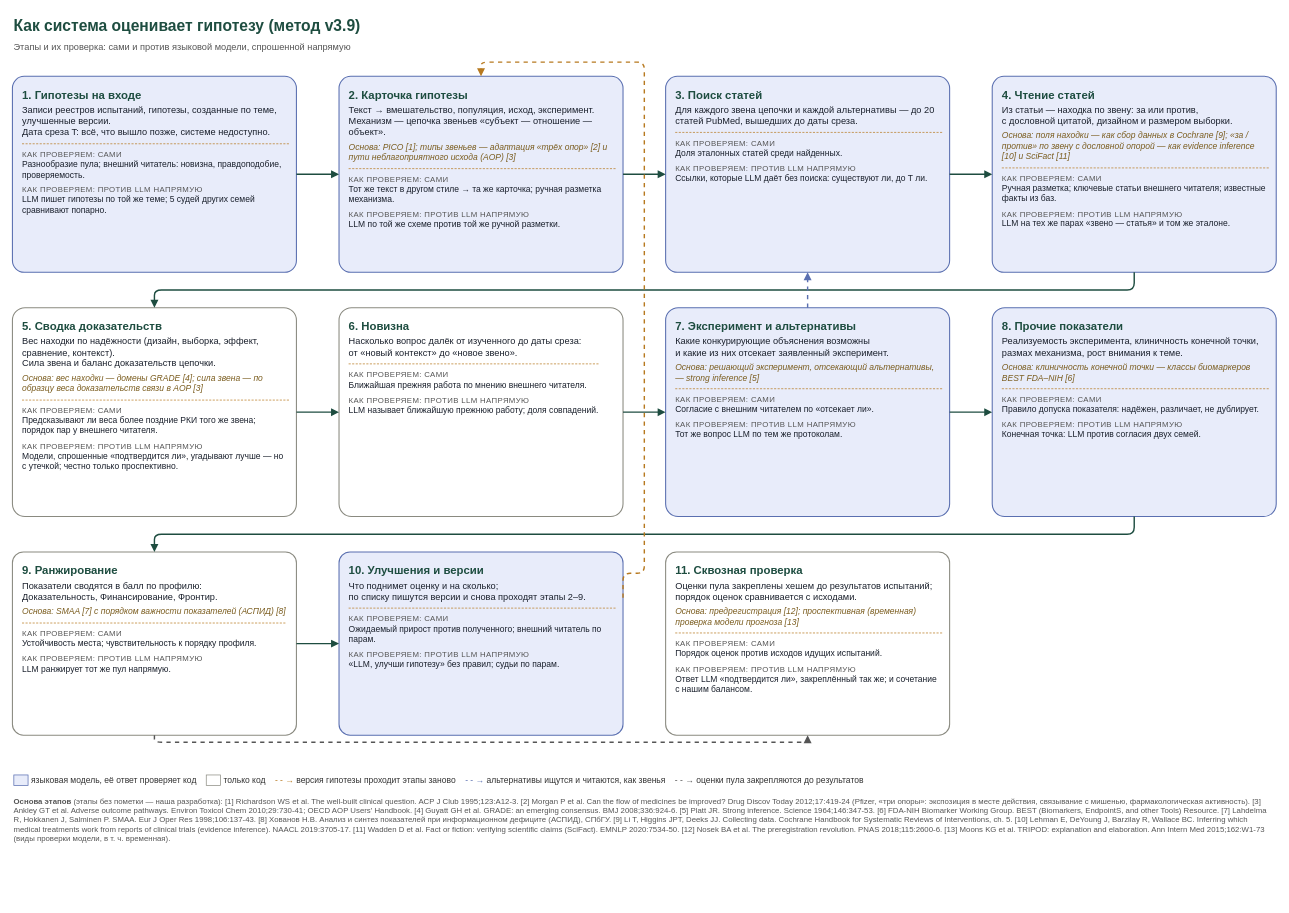
Earlier version of the draw.io diagram docs/system/flow_check.drawio (danrd/hyp-arena). Source tidied: cells renumbered, new cells numbered last; positions are measured from the earlier drawing's top-left corner, leaving out a move shared by most shapes. Both pictures are drawn from the tidied source at 71%, with x=0, y=0 at pixel (12, 12).
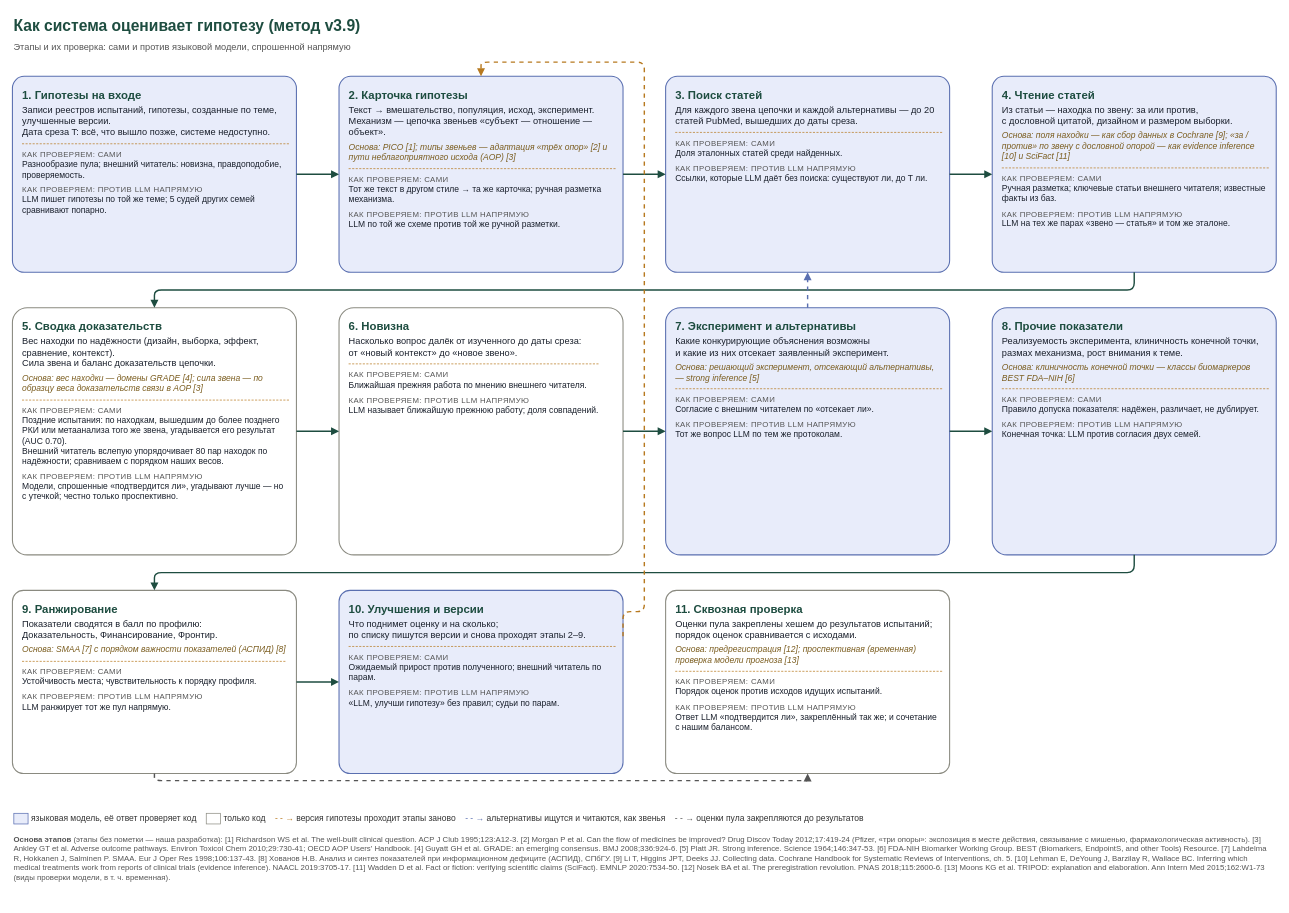
Above is the later version.

Unchanged cells that the change refers to:
```xml
<mxCell id="4" value="&lt;div style='font-size:16px;color:#1E4D40'&gt;&lt;b&gt;2. Карточка гипотезы&lt;/b&gt;&lt;/div&gt;&lt;div style='margin-top:4px'&gt;Текст → вмешательство, популяция, исход, эксперимент.&lt;br/&gt;Механизм — цепочка звеньев «субъект — отношение — объект».&lt;/div&gt;&lt;div style='margin-top:6px;font-size:12px;color:#7A5C1E'&gt;&lt;i&gt;Основа: PICO [1]; типы звеньев — адаптация «трёх опор» [2] и пути неблагоприятного исхода (AOP) [3]&lt;/i&gt;&lt;/div&gt;&lt;div style='margin-top:8px;border-top:1px dashed #B7791F'&gt;&lt;/div&gt;&lt;div style='margin-top:8px;font-size:11px;color:#555;text-transform:uppercase;letter-spacing:0.5px'&gt;Как проверяем: сами&lt;/div&gt;&lt;div style='font-size:12px'&gt;&lt;div&gt;Тот же текст в другом стиле → та же карточка; ручная разметка механизма.&lt;/div&gt;&lt;/div&gt;&lt;div style='margin-top:8px;font-size:11px;color:#555;text-transform:uppercase;letter-spacing:0.5px'&gt;Как проверяем: против LLM напрямую&lt;/div&gt;&lt;div style='font-size:12px'&gt;&lt;div&gt;LLM по той же схеме против той же ручной разметки.&lt;/div&gt;&lt;/div&gt;" style="rounded=1;arcSize=6;whiteSpace=wrap;html=1;fillColor=#E8ECFA;strokeColor=#5A6FB0;strokeWidth=1.5;fontSize=13;fontColor=#1A202C;align=left;verticalAlign=top;spacingLeft=12;spacingRight=10;spacingTop=10;" parent="1" vertex="1">
  <mxGeometry x="460" y="90" width="400" height="276" as="geometry" />
</mxCell>
```

Change to the diagram source:
```diff
@@
-    <mxCell id="7" value="&lt;div style='font-size:16px;color:#1E4D40'&gt;&lt;b&gt;5. Сводка доказательств&lt;/b&gt;&lt;/div&gt;&lt;div style='margin-top:4px'&gt;Вес находки по надёжности (дизайн, выборка, эффект, сравнение, контекст).&lt;br/&gt;Сила звена и баланс доказательств цепочки.&lt;/div&gt;&lt;div style='margin-top:6px;font-size:12px;color:#7A5C1E'&gt;&lt;i&gt;Основа: вес находки — домены GRADE [4]; сила звена — по образцу веса доказательств связи в AOP [3]&lt;/i&gt;&lt;/div&gt;&lt;div style='margin-top:8px;border-top:1px dashed #B7791F'&gt;&lt;/div&gt;&lt;div style='margin-top:8px;font-size:11px;color:#555;text-transform:uppercase;letter-spacing:0.5px'&gt;Как проверяем: сами&lt;/div&gt;&lt;div style='font-size:12px'&gt;&lt;div&gt;Предсказывают ли веса более поздние РКИ того же звена; порядок пар у внешнего читателя.&lt;/div&gt;&lt;/div&gt;&lt;div style='margin-top:8px;font-size:11px;color:#555;text-transform:uppercase;letter-spacing:0.5px'&gt;Как проверяем: против LLM напрямую&lt;/div&gt;&lt;div style='font-size:12px'&gt;&lt;div&gt;Модели, спрошенные «подтвердится ли», угадывают лучше — но с утечкой; честно только проспективно.&lt;/div&gt;&lt;/div&gt;" style="rounded=1;arcSize=6;whiteSpace=wrap;html=1;fillColor=#FFFFFF;strokeColor=#8A8A80;strokeWidth=1.5;fontSize=13;fontColor=#1A202C;align=left;verticalAlign=top;spacingLeft=12;spacingRight=10;spacingTop=10;" parent="1" vertex="1">
-      <mxGeometry y="416" width="400" height="294" as="geometry" />
+    <mxCell id="7" value="&lt;div style='font-size:16px;color:#1E4D40'&gt;&lt;b&gt;5. Сводка доказательств&lt;/b&gt;&lt;/div&gt;&lt;div style='margin-top:4px'&gt;Вес находки по надёжности (дизайн, выборка, эффект, сравнение, контекст).&lt;br/&gt;Сила звена и баланс доказательств цепочки.&lt;/div&gt;&lt;div style='margin-top:6px;font-size:12px;color:#7A5C1E'&gt;&lt;i&gt;Основа: вес находки — домены GRADE [4]; сила звена — по образцу веса доказательств связи в AOP [3]&lt;/i&gt;&lt;/div&gt;&lt;div style='margin-top:8px;border-top:1px dashed #B7791F'&gt;&lt;/div&gt;&lt;div style='margin-top:8px;font-size:11px;color:#555;text-transform:uppercase;letter-spacing:0.5px'&gt;Как проверяем: сами&lt;/div&gt;&lt;div style='font-size:12px'&gt;&lt;div&gt;Поздние испытания: по находкам, вышедшим до более позднего РКИ или метаанализа того же звена, угадывается его результат (AUC 0.70).&lt;/div&gt;&lt;div&gt;Внешний читатель вслепую упорядочивает 80 пар находок по надёжности; сравниваем с порядком наших весов.&lt;/div&gt;&lt;/div&gt;&lt;div style='margin-top:8px;font-size:11px;color:#555;text-transform:uppercase;letter-spacing:0.5px'&gt;Как проверяем: против LLM напрямую&lt;/div&gt;&lt;div style='font-size:12px'&gt;&lt;div&gt;Модели, спрошенные «подтвердится ли», угадывают лучше — но с утечкой; честно только проспективно.&lt;/div&gt;&lt;/div&gt;" style="rounded=1;arcSize=6;whiteSpace=wrap;html=1;fillColor=#FFFFFF;strokeColor=#8A8A80;strokeWidth=1.5;fontSize=13;fontColor=#1A202C;align=left;verticalAlign=top;spacingLeft=12;spacingRight=10;spacingTop=10;" parent="1" vertex="1">
+      <mxGeometry y="416" width="400" height="348" as="geometry" />
     </mxCell>
     <mxCell id="8" value="&lt;div style='font-size:16px;color:#1E4D40'&gt;&lt;b&gt;6. Новизна&lt;/b&gt;&lt;/div&gt;&lt;div style='margin-top:4px'&gt;Насколько вопрос далёк от изученного до даты среза:&lt;br/&gt;от «новый контекст» до «новое звено».&lt;/div&gt;&lt;div style='margin-top:8px;border-top:1px dashed #B7791F'&gt;&lt;/div&gt;&lt;div style='margin-top:8px;font-size:11px;color:#555;text-transform:uppercase;letter-spacing:0.5px'&gt;Как проверяем: сами&lt;/div&gt;&lt;div style='font-size:12px'&gt;&lt;div&gt;Ближайшая прежняя работа по мнению внешнего читателя.&lt;/div&gt;&lt;/div&gt;&lt;div style='margin-top:8px;font-size:11px;color:#555;text-transform:uppercase;letter-spacing:0.5px'&gt;Как проверяем: против LLM напрямую&lt;/div&gt;&lt;div style='font-size:12px'&gt;&lt;div&gt;LLM называет ближайшую прежнюю работу; доля совпадений.&lt;/div&gt;&lt;/div&gt;" style="rounded=1;arcSize=6;whiteSpace=wrap;html=1;fillColor=#FFFFFF;strokeColor=#8A8A80;strokeWidth=1.5;fontSize=13;fontColor=#1A202C;align=left;verticalAlign=top;spacingLeft=12;spacingRight=10;spacingTop=10;" parent="1" vertex="1">
-      <mxGeometry x="460" y="416" width="400" height="294" as="geometry" />
+      <mxGeometry x="460" y="416" width="400" height="348" as="geometry" />
     </mxCell>
     <mxCell id="9" value="&lt;div style='font-size:16px;color:#1E4D40'&gt;&lt;b&gt;7. Эксперимент и альтернативы&lt;/b&gt;&lt;/div&gt;&lt;div style='margin-top:4px'&gt;Какие конкурирующие объяснения возможны&lt;br/&gt;и какие из них отсекает заявленный эксперимент.&lt;/div&gt;&lt;div style='margin-top:6px;font-size:12px;color:#7A5C1E'&gt;&lt;i&gt;Основа: решающий эксперимент, отсекающий альтернативы, — strong inference [5]&lt;/i&gt;&lt;/div&gt;&lt;div style='margin-top:8px;border-top:1px dashed #B7791F'&gt;&lt;/div&gt;&lt;div style='margin-top:8px;font-size:11px;color:#555;text-transform:uppercase;letter-spacing:0.5px'&gt;Как проверяем: сами&lt;/div&gt;&lt;div style='font-size:12px'&gt;&lt;div&gt;Согласие с внешним читателем по «отсекает ли».&lt;/div&gt;&lt;/div&gt;&lt;div style='margin-top:8px;font-size:11px;color:#555;text-transform:uppercase;letter-spacing:0.5px'&gt;Как проверяем: против LLM напрямую&lt;/div&gt;&lt;div style='font-size:12px'&gt;&lt;div&gt;Тот же вопрос LLM по тем же протоколам.&lt;/div&gt;&lt;/div&gt;" style="rounded=1;arcSize=6;whiteSpace=wrap;html=1;fillColor=#E8ECFA;strokeColor=#5A6FB0;strokeWidth=1.5;fontSize=13;fontColor=#1A202C;align=left;verticalAlign=top;spacingLeft=12;spacingRight=10;spacingTop=10;" parent="1" vertex="1">
-      <mxGeometry x="920" y="416" width="400" height="294" as="geometry" />
+      <mxGeometry x="920" y="416" width="400" height="348" as="geometry" />
     </mxCell>
     <mxCell id="10" value="&lt;div style='font-size:16px;color:#1E4D40'&gt;&lt;b&gt;8. Прочие показатели&lt;/b&gt;&lt;/div&gt;&lt;div style='margin-top:4px'&gt;Реализуемость эксперимента, клиничность конечной точки,&lt;br/&gt;размах механизма, рост внимания к теме.&lt;/div&gt;&lt;div style='margin-top:6px;font-size:12px;color:#7A5C1E'&gt;&lt;i&gt;Основа: клиничность конечной точки — классы биомаркеров BEST FDA–NIH [6]&lt;/i&gt;&lt;/div&gt;&lt;div style='margin-top:8px;border-top:1px dashed #B7791F'&gt;&lt;/div&gt;&lt;div style='margin-top:8px;font-size:11px;color:#555;text-transform:uppercase;letter-spacing:0.5px'&gt;Как проверяем: сами&lt;/div&gt;&lt;div style='font-size:12px'&gt;&lt;div&gt;Правило допуска показателя: надёжен, различает, не дублирует.&lt;/div&gt;&lt;/div&gt;&lt;div style='margin-top:8px;font-size:11px;color:#555;text-transform:uppercase;letter-spacing:0.5px'&gt;Как проверяем: против LLM напрямую&lt;/div&gt;&lt;div style='font-size:12px'&gt;&lt;div&gt;Конечная точка: LLM против согласия двух семей.&lt;/div&gt;&lt;/div&gt;" style="rounded=1;arcSize=6;whiteSpace=wrap;html=1;fillColor=#E8ECFA;strokeColor=#5A6FB0;strokeWidth=1.5;fontSize=13;fontColor=#1A202C;align=left;verticalAlign=top;spacingLeft=12;spacingRight=10;spacingTop=10;" parent="1" vertex="1">
-      <mxGeometry x="1380" y="416" width="400" height="294" as="geometry" />
+      <mxGeometry x="1380" y="416" width="400" height="348" as="geometry" />
     </mxCell>
     <mxCell id="11" value="&lt;div style='font-size:16px;color:#1E4D40'&gt;&lt;b&gt;9. Ранжирование&lt;/b&gt;&lt;/div&gt;&lt;div style='margin-top:4px'&gt;Показатели сводятся в балл по профилю:&lt;br/&gt;Доказательность, Финансирование, Фронтир.&lt;/div&gt;&lt;div style='margin-top:6px;font-size:12px;color:#7A5C1E'&gt;&lt;i&gt;Основа: SMAA [7] с порядком важности показателей (АСПИД) [8]&lt;/i&gt;&lt;/div&gt;&lt;div style='margin-top:8px;border-top:1px dashed #B7791F'&gt;&lt;/div&gt;&lt;div style='margin-top:8px;font-size:11px;color:#555;text-transform:uppercase;letter-spacing:0.5px'&gt;Как проверяем: сами&lt;/div&gt;&lt;div style='font-size:12px'&gt;&lt;div&gt;Устойчивость места; чувствительность к порядку профиля.&lt;/div&gt;&lt;/div&gt;&lt;div style='margin-top:8px;font-size:11px;color:#555;text-transform:uppercase;letter-spacing:0.5px'&gt;Как проверяем: против LLM напрямую&lt;/div&gt;&lt;div style='font-size:12px'&gt;&lt;div&gt;LLM ранжирует тот же пул напрямую.&lt;/div&gt;&lt;/div&gt;" style="rounded=1;arcSize=6;whiteSpace=wrap;html=1;fillColor=#FFFFFF;strokeColor=#8A8A80;strokeWidth=1.5;fontSize=13;fontColor=#1A202C;align=left;verticalAlign=top;spacingLeft=12;spacingRight=10;spacingTop=10;" parent="1" vertex="1">
-      <mxGeometry y="760" width="400" height="258" as="geometry" />
+      <mxGeometry y="814" width="400" height="258" as="geometry" />
     </mxCell>
     <mxCell id="12" value="&lt;div style='font-size:16px;color:#1E4D40'&gt;&lt;b&gt;10. Улучшения и версии&lt;/b&gt;&lt;/div&gt;&lt;div style='margin-top:4px'&gt;Что поднимет оценку и на сколько;&lt;br/&gt;по списку пишутся версии и снова проходят этапы 2–9.&lt;/div&gt;&lt;div style='margin-top:8px;border-top:1px dashed #B7791F'&gt;&lt;/div&gt;&lt;div style='margin-top:8px;font-size:11px;color:#555;text-transform:uppercase;letter-spacing:0.5px'&gt;Как проверяем: сами&lt;/div&gt;&lt;div style='font-size:12px'&gt;&lt;div&gt;Ожидаемый прирост против полученного; внешний читатель по парам.&lt;/div&gt;&lt;/div&gt;&lt;div style='margin-top:8px;font-size:11px;color:#555;text-transform:uppercase;letter-spacing:0.5px'&gt;Как проверяем: против LLM напрямую&lt;/div&gt;&lt;div style='font-size:12px'&gt;&lt;div&gt;«LLM, улучши гипотезу» без правил; судьи по парам.&lt;/div&gt;&lt;/div&gt;" style="rounded=1;arcSize=6;whiteSpace=wrap;html=1;fillColor=#E8ECFA;strokeColor=#5A6FB0;strokeWidth=1.5;fontSize=13;fontColor=#1A202C;align=left;verticalAlign=top;spacingLeft=12;spacingRight=10;spacingTop=10;" parent="1" vertex="1">
-      <mxGeometry x="460" y="760" width="400" height="258" as="geometry" />
+      <mxGeometry x="460" y="814" width="400" height="258" as="geometry" />
     </mxCell>
     <mxCell id="13" value="&lt;div style='font-size:16px;color:#1E4D40'&gt;&lt;b&gt;11. Сквозная проверка&lt;/b&gt;&lt;/div&gt;&lt;div style='margin-top:4px'&gt;Оценки пула закреплены хешем до результатов испытаний;&lt;br/&gt;порядок оценок сравнивается с исходами.&lt;/div&gt;&lt;div style='margin-top:6px;font-size:12px;color:#7A5C1E'&gt;&lt;i&gt;Основа: предрегистрация [12]; проспективная (временная) проверка модели прогноза [13]&lt;/i&gt;&lt;/div&gt;&lt;div style='margin-top:8px;border-top:1px dashed #B7791F'&gt;&lt;/div&gt;&lt;div style='margin-top:8px;font-size:11px;color:#555;text-transform:uppercase;letter-spacing:0.5px'&gt;Как проверяем: сами&lt;/div&gt;&lt;div style='font-size:12px'&gt;&lt;div&gt;Порядок оценок против исходов идущих испытаний.&lt;/div&gt;&lt;/div&gt;&lt;div style='margin-top:8px;font-size:11px;color:#555;text-transform:uppercase;letter-spacing:0.5px'&gt;Как проверяем: против LLM напрямую&lt;/div&gt;&lt;div style='font-size:12px'&gt;&lt;div&gt;Ответ LLM «подтвердится ли», закреплённый так же; и сочетание с нашим балансом.&lt;/div&gt;&lt;/div&gt;" style="rounded=1;arcSize=6;whiteSpace=wrap;html=1;fillColor=#FFFFFF;strokeColor=#8A8A80;strokeWidth=1.5;fontSize=13;fontColor=#1A202C;align=left;verticalAlign=top;spacingLeft=12;spacingRight=10;spacingTop=10;" parent="1" vertex="1">
-      <mxGeometry x="920" y="760" width="400" height="258" as="geometry" />
+      <mxGeometry x="920" y="814" width="400" height="258" as="geometry" />
     </mxCell>
@@
     <mxCell id="23" style="edgeStyle=orthogonalEdgeStyle;rounded=1;html=1;endArrow=block;endFill=1;strokeColor=#1E4D40;strokeWidth=2;dashed=1;exitX=1;exitY=0.25;entryX=0.5;entryY=0;strokeColor=#B7791F;" parent="1" edge="1" source="12" target="4">
       <mxGeometry relative="1" as="geometry">
         <Array as="points">
-          <mxPoint x="890" y="790" />
+          <mxPoint x="890" y="844" />
           <mxPoint x="890" y="70" />
           <mxPoint x="660" y="70" />
         </Array>
       </mxGeometry>
     </mxCell>
@@
     <mxCell id="26" value="&lt;span style='background:#E8ECFA;border:1px solid #5A6FB0;padding:0 8px'&gt;&amp;nbsp;&lt;/span&gt; языковая модель, её ответ проверяет код &amp;nbsp;&amp;nbsp; &lt;span style='border:1px solid #8A8A80;padding:0 8px'&gt;&amp;nbsp;&lt;/span&gt; только код &amp;nbsp;&amp;nbsp; &lt;span style='color:#B7791F'&gt;- - →&lt;/span&gt; версия гипотезы проходит этапы заново &amp;nbsp;&amp;nbsp; &lt;span style='color:#5A6FB0'&gt;- - →&lt;/span&gt; альтернативы ищутся и читаются, как звенья &amp;nbsp;&amp;nbsp; &lt;span style='color:#555'&gt;- - →&lt;/span&gt; оценки пула закрепляются до результатов" style="text;html=1;fontSize=12;align=left;fontColor=#333;fillColor=none;strokeColor=none;" parent="1" vertex="1">
-      <mxGeometry y="1068" width="1780" height="26" as="geometry" />
+      <mxGeometry y="1122" width="1780" height="26" as="geometry" />
     </mxCell>
     <mxCell id="27" value="&lt;b&gt;Основа этапов&lt;/b&gt; (этапы без пометки — наша разработка): [1] Richardson WS et al. The well-built clinical question. ACP J Club 1995;123:A12-3. [2] Morgan P et al. Can the flow of medicines be improved? Drug Discov Today 2012;17:419-24 (Pfizer, «три опоры»: экспозиция в месте действия, связывание с мишенью, фармакологическая активность). [3] Ankley GT et al. Adverse outcome pathways. Environ Toxicol Chem 2010;29:730-41; OECD AOP Users' Handbook. [4] Guyatt GH et al. GRADE: an emerging consensus. BMJ 2008;336:924-6. [5] Platt JR. Strong inference. Science 1964;146:347-53. [6] FDA-NIH Biomarker Working Group. BEST (Biomarkers, EndpointS, and other Tools) Resource. [7] Lahdelma R, Hokkanen J, Salminen P. SMAA. Eur J Oper Res 1998;106:137-43. [8] Хованов Н.В. Анализ и синтез показателей при информационном дефиците (АСПИД), СПбГУ. [9] Li T, Higgins JPT, Deeks JJ. Collecting data. Cochrane Handbook for Systematic Reviews of Interventions, ch. 5. [10] Lehman E, DeYoung J, Barzilay R, Wallace BC. Inferring which medical treatments work from reports of clinical trials (evidence inference). NAACL 2019:3705-17. [11] Wadden D et al. Fact or fiction: verifying scientific claims (SciFact). EMNLP 2020:7534-50. [12] Nosek BA et al. The preregistration revolution. PNAS 2018;115:2600-6. [13] Moons KG et al. TRIPOD: explanation and elaboration. Ann Intern Med 2015;162:W1-73 (виды проверки модели, в т. ч. временная)." style="text;html=1;whiteSpace=wrap;fontSize=11;align=left;verticalAlign=top;fontColor=#555;fillColor=none;strokeColor=none;" parent="1" vertex="1">
-      <mxGeometry y="1098" width="1780" height="100" as="geometry" />
+      <mxGeometry y="1152" width="1780" height="100" as="geometry" />
     </mxCell>
```
